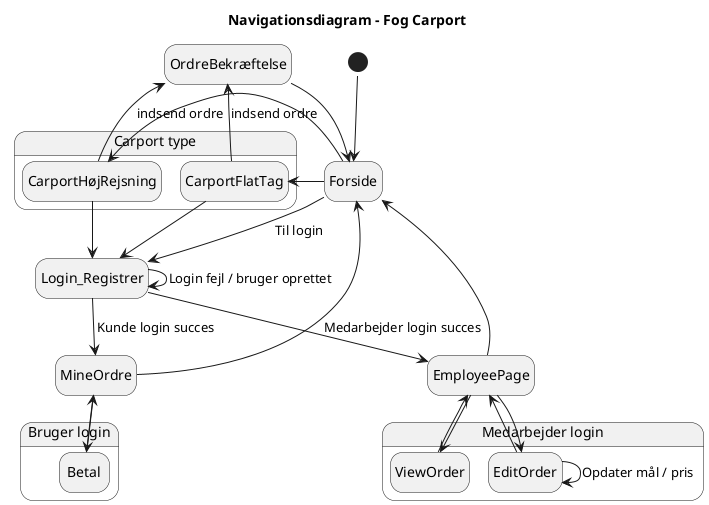
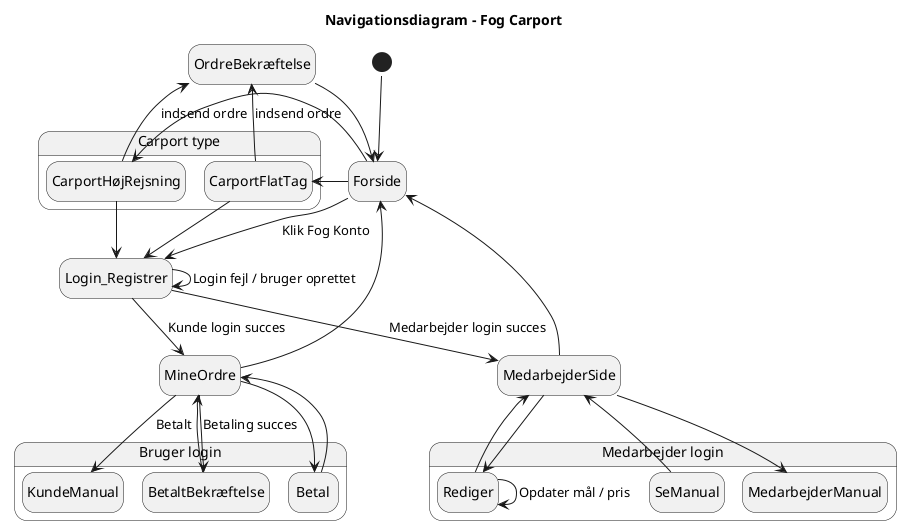
@startuml
!pragma layout smetana
hide empty description
title Navigationsdiagram - Fog Carport

[*] --> Forside

state Forside

state "Carport type" as CarportType {
    state CarportFlatTag
    state CarportHøjRejsning
}

- Forside --> Login_Registrer : Til login
+ Forside --> Login_Registrer : Klik Fog Konto
Forside --> CarportFlatTag
Forside --> CarportHøjRejsning

CarportFlatTag --> OrdreBekræftelse : indsend ordre
CarportFlatTag --> Login_Registrer

CarportHøjRejsning --> OrdreBekræftelse : indsend ordre
CarportHøjRejsning --> Login_Registrer

state OrdreBekræftelse
OrdreBekræftelse --> Forside

state Login_Registrer
Login_Registrer --> Login_Registrer : Login fejl / bruger oprettet
Login_Registrer --> MineOrdre : Kunde login succes
- Login_Registrer --> EmployeePage : Medarbejder login succes
+ Login_Registrer --> MedarbejderSide : Medarbejder login succes

- state "Bruger login" as UserLogin {
+ state "Bruger login" as BrugerLogin {
    state MineOrdre
    MineOrdre --> Betal
    MineOrdre --> Forside
+     MineOrdre --> KundeManual : Betalt
+     MineOrdre --> BetaltBekræftelse : Betaling succes
+ 
+     state BetaltBekræftelse
+     BetaltBekræftelse --> MineOrdre
+ 
    state Betal
    Betal --> MineOrdre
}

- state "Medarbejder login" as EmployeeLogin {
-     state EmployeePage
-     EmployeePage --> Forside
-     EmployeePage --> ViewOrder
-     EmployeePage --> EditOrder
+ state "Medarbejder login" as MedarbejderLogin {
+     state MedarbejderSide
+     MedarbejderSide --> Forside
+     MedarbejderSide --> MedarbejderManual
+     MedarbejderSide --> Rediger

-     state ViewOrder
-     ViewOrder --> EmployeePage
+     state SeManual
+     SeManual --> MedarbejderSide

-     state EditOrder
-     EditOrder --> EmployeePage
-     EditOrder --> EditOrder : Opdater mål / pris
+     state Rediger
+     Rediger --> MedarbejderSide
+     Rediger --> Rediger : Opdater mål / pris
}

@enduml